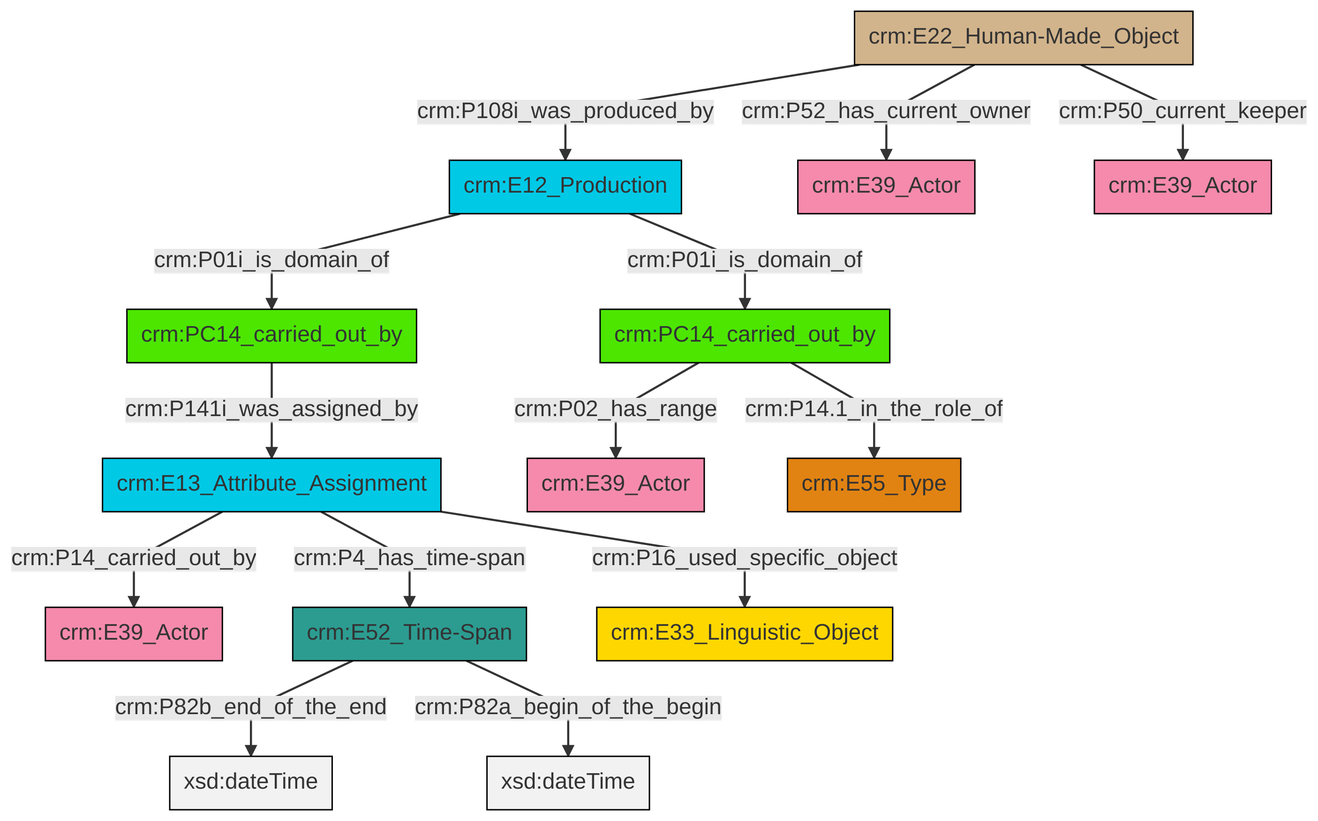
This is et/carrierCSV/ttl/mmd/png/carrier_relations.png from swiss-art-research-net/docs.swissartresearch, a Mermaid export, as it was before one commit. Its source is kept beside it as et/carrierCSV/ttl/mmd/carrier_relations.ttl.mmd.
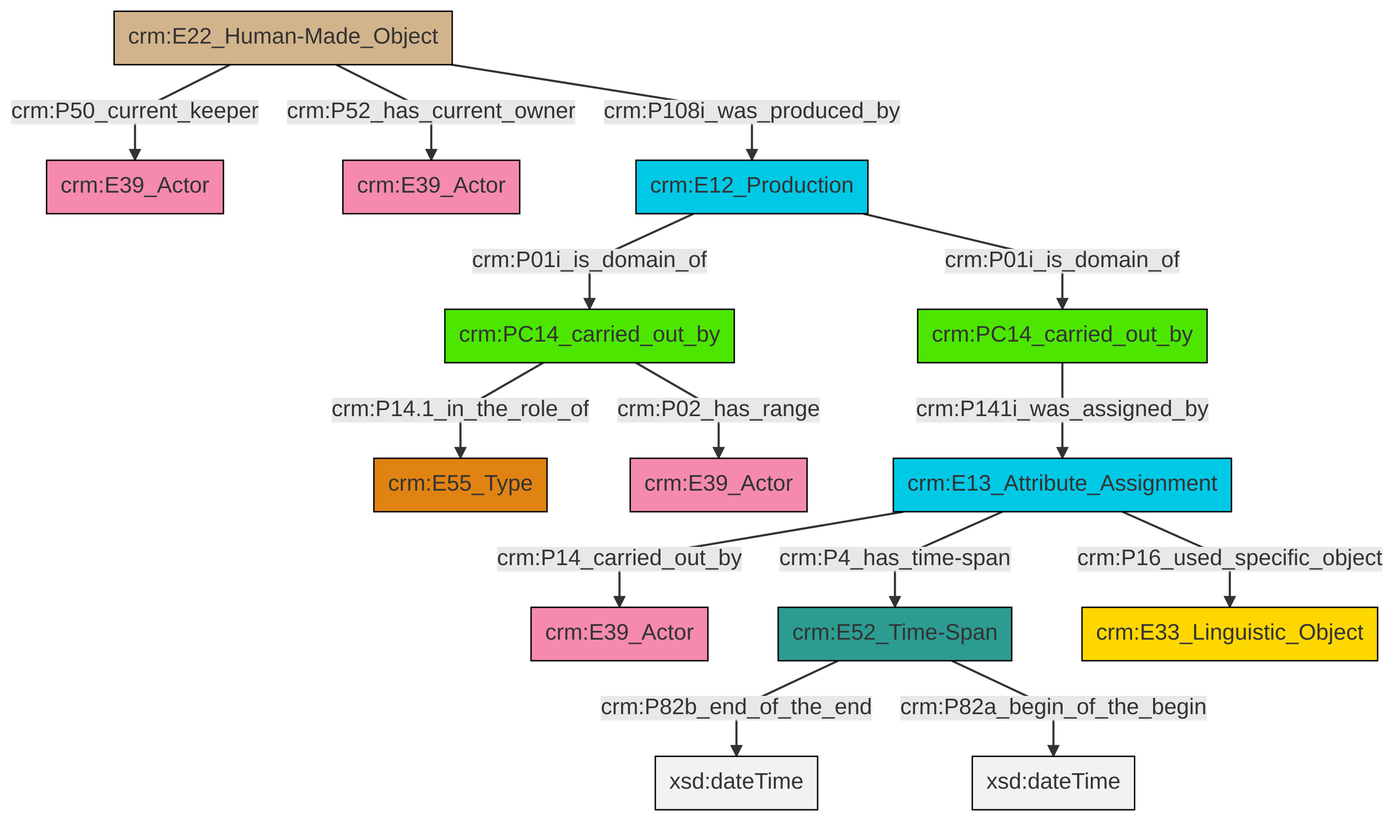
The same file after the commit.

Diff of the diagram source:
```diff
@@ -13,16 +13,16 @@
 classDef PC_Classes fill:#4ce600, stroke:#000000;
 classDef Multi fill:#cccccc,stroke:#000000;
 
-0["crm:E13_Attribute_Assignment"]:::Temporal_Entity -->|crm:P14_carried_out_by| 1["crm:E39_Actor"]:::Actor
-0["crm:E13_Attribute_Assignment"]:::Temporal_Entity -->|crm:P4_has_time-span| 2["crm:E52_Time-Span"]:::Time-Span
-4["crm:E12_Production"]:::Temporal_Entity -->|crm:P01i_is_domain_of| 5["crm:PC14_carried_out_by"]:::PC_Classes
-5["crm:PC14_carried_out_by"]:::PC_Classes -->|crm:P141i_was_assigned_by| 0["crm:E13_Attribute_Assignment"]:::Temporal_Entity
-6["crm:E22_Human-Made_Object"]:::Physical_Thing -->|crm:P52_has_current_owner| 7["crm:E39_Actor"]:::Actor
-4["crm:E12_Production"]:::Temporal_Entity -->|crm:P01i_is_domain_of| 8["crm:PC14_carried_out_by"]:::PC_Classes
-6["crm:E22_Human-Made_Object"]:::Physical_Thing -->|crm:P108i_was_produced_by| 4["crm:E12_Production"]:::Temporal_Entity
-8["crm:PC14_carried_out_by"]:::PC_Classes -->|crm:P02_has_range| 12["crm:E39_Actor"]:::Actor
-8["crm:PC14_carried_out_by"]:::PC_Classes -->|crm:P14.1_in_the_role_of| 15["crm:E55_Type"]:::Type
-6["crm:E22_Human-Made_Object"]:::Physical_Thing -->|crm:P50_current_keeper| 9["crm:E39_Actor"]:::Actor
-0["crm:E13_Attribute_Assignment"]:::Temporal_Entity -->|crm:P16_used_specific_object| 13["crm:E33_Linguistic_Object"]:::Conceptual_Object
-2["crm:E52_Time-Span"]:::Time-Span -->|crm:P82b_end_of_the_end| 24[xsd:dateTime]:::Literal
-2["crm:E52_Time-Span"]:::Time-Span -->|crm:P82a_begin_of_the_begin| 25[xsd:dateTime]:::Literal
+0["crm:PC14_carried_out_by"]:::PC_Classes -->|crm:P14.1_in_the_role_of| 6["crm:E55_Type"]:::Type
+7["crm:E13_Attribute_Assignment"]:::Temporal_Entity -->|crm:P14_carried_out_by| 8["crm:E39_Actor"]:::Actor
+9["crm:E12_Production"]:::Temporal_Entity -->|crm:P01i_is_domain_of| 0["crm:PC14_carried_out_by"]:::PC_Classes
+10["crm:E52_Time-Span"]:::Time-Span -->|crm:P82b_end_of_the_end| 11[xsd:dateTime]:::Literal
+7["crm:E13_Attribute_Assignment"]:::Temporal_Entity -->|crm:P4_has_time-span| 10["crm:E52_Time-Span"]:::Time-Span
+10["crm:E52_Time-Span"]:::Time-Span -->|crm:P82a_begin_of_the_begin| 16[xsd:dateTime]:::Literal
+20["crm:E22_Human-Made_Object"]:::Physical_Thing -->|crm:P50_current_keeper| 4["crm:E39_Actor"]:::Actor
+20["crm:E22_Human-Made_Object"]:::Physical_Thing -->|crm:P52_has_current_owner| 2["crm:E39_Actor"]:::Actor
+20["crm:E22_Human-Made_Object"]:::Physical_Thing -->|crm:P108i_was_produced_by| 9["crm:E12_Production"]:::Temporal_Entity
+9["crm:E12_Production"]:::Temporal_Entity -->|crm:P01i_is_domain_of| 18["crm:PC14_carried_out_by"]:::PC_Classes
+0["crm:PC14_carried_out_by"]:::PC_Classes -->|crm:P02_has_range| 21["crm:E39_Actor"]:::Actor
+18["crm:PC14_carried_out_by"]:::PC_Classes -->|crm:P141i_was_assigned_by| 7["crm:E13_Attribute_Assignment"]:::Temporal_Entity
+7["crm:E13_Attribute_Assignment"]:::Temporal_Entity -->|crm:P16_used_specific_object| 14["crm:E33_Linguistic_Object"]:::Conceptual_Object
```
